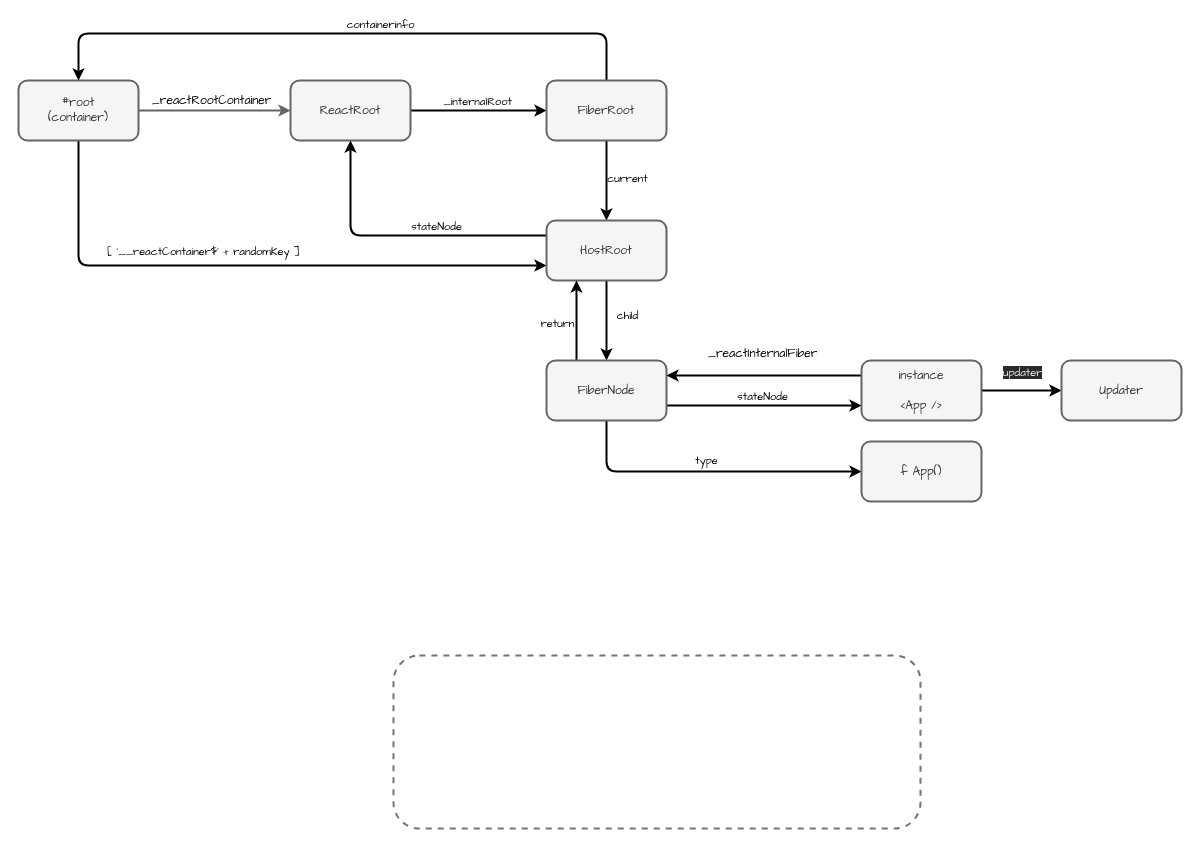
The draw.io diagram page "RenderTree" (1 of 3) of struct.dio in EnjoyNaive/react, before the edit. Source tidied: cells renumbered, new cells numbered last; positions are measured from the earlier drawing's top-left corner, leaving out a move shared by most shapes. Both pictures are drawn from the tidied source at 100%, with x=0, y=0 at pixel (18, 33).
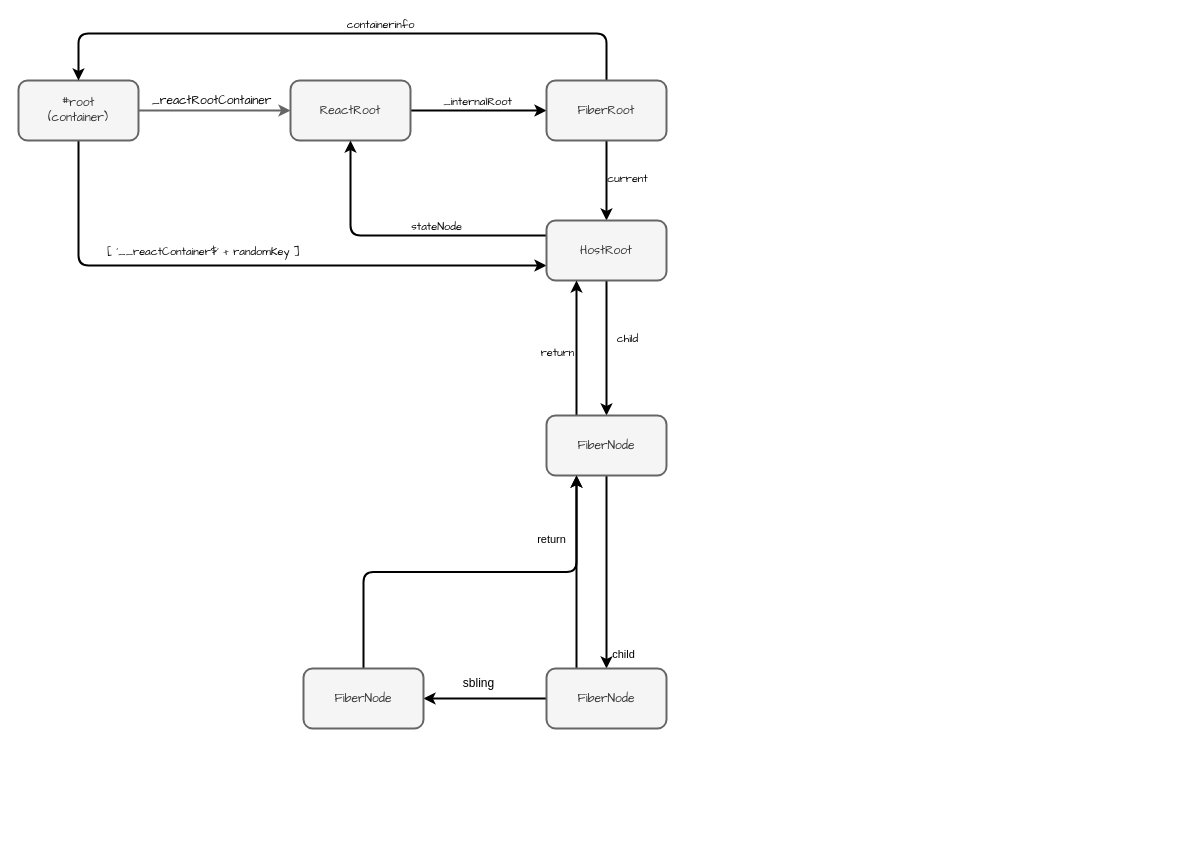
Above is the later version.

The edit, as a diff of the source:
```diff
@@
-    <mxCell id="20" style="edgeStyle=orthogonalEdgeStyle;rounded=1;jettySize=auto;html=1;fontFamily=Comic Sans MS;strokeColor=#000000;strokeWidth=2;exitX=1;exitY=0.75;exitDx=0;exitDy=0;entryX=0;entryY=0.75;entryDx=0;entryDy=0;" parent="1" edge="1" source="24" target="28">
-      <mxGeometry relative="1" as="geometry" />
-    </mxCell>
-    <mxCell id="21" value="stateNode" style="edgeLabel;html=1;align=center;verticalAlign=middle;fontFamily=Comic Sans MS;fontColor=#000000;labelBackgroundColor=none;" parent="20" vertex="1">
-      <mxGeometry x="-0.03" y="2" relative="1" as="geometry">
-        <mxPoint y="-8" as="offset" />
-      </mxGeometry>
-    </mxCell>
@@
-    <mxCell id="23" value="type" style="edgeStyle=orthogonalEdgeStyle;jettySize=auto;html=1;labelBackgroundColor=none;strokeColor=#000000;strokeWidth=2;fontFamily=Comic Sans MS;fontColor=#000000;entryX=0;entryY=0.5;entryDx=0;entryDy=0;" parent="1" edge="1" source="24" target="25">
-      <mxGeometry x="-0.01" y="11" relative="1" as="geometry">
-        <Array as="points">
-          <mxPoint x="588" y="438" />
-        </Array>
-      </mxGeometry>
-    </mxCell>
+    <mxCell id="31" style="edgeStyle=orthogonalEdgeStyle;rounded=1;jettySize=auto;html=1;exitX=0.5;exitY=1;exitDx=0;exitDy=0;entryX=0.5;entryY=0;entryDx=0;entryDy=0;strokeColor=#000000;strokeWidth=2;fontColor=#000000;" parent="1" edge="1" source="24" target="36">
+      <mxGeometry relative="1" as="geometry" />
+    </mxCell>
+    <mxCell id="32" value="child" style="edgeLabel;html=1;align=center;verticalAlign=middle;fontColor=#000000;labelBackgroundColor=none;" parent="31" vertex="1">
+      <mxGeometry x="0.31" y="-1" relative="1" as="geometry">
+        <mxPoint x="17" y="52.4" as="offset" />
+      </mxGeometry>
+    </mxCell>
     <mxCell id="24" value="&lt;div style=&quot;line-height: 30px&quot;&gt;FiberNode&lt;/div&gt;" style="rounded=1;whiteSpace=wrap;html=1;strokeWidth=2;fillColor=#f5f5f5;strokeColor=#666666;fontColor=#333333;fontFamily=Comic Sans MS;" parent="1" vertex="1">
-      <mxGeometry x="528" y="327" width="120" height="60" as="geometry" />
+      <mxGeometry x="528" y="382" width="120" height="60" as="geometry" />
     </mxCell>
-    <mxCell id="25" value="&lt;div style=&quot;line-height: 30px&quot;&gt;f App()&lt;/div&gt;" style="rounded=1;whiteSpace=wrap;html=1;strokeWidth=2;fillColor=#f5f5f5;strokeColor=#666666;fontColor=#333333;fontFamily=Comic Sans MS;" parent="1" vertex="1">
-      <mxGeometry x="843" y="408" width="120" height="60" as="geometry" />
-    </mxCell>
-    <mxCell id="26" value="&lt;div style=&quot;color: rgb(0 , 0 , 0) ; background-color: rgb(255 , 255 , 255) ; font-size: 12px ; line-height: 30px&quot;&gt;_reactInternalFiber&lt;/div&gt;" style="edgeStyle=orthogonalEdgeStyle;rounded=1;jettySize=auto;html=1;exitX=0;exitY=0.25;exitDx=0;exitDy=0;entryX=1;entryY=0.25;entryDx=0;entryDy=0;fontFamily=Comic Sans MS;strokeColor=#000000;strokeWidth=2;" parent="1" edge="1" source="28" target="24">
-      <mxGeometry x="0.02" y="-22" relative="1" as="geometry">
-        <Array as="points">
-          <mxPoint x="744" y="342" />
-          <mxPoint x="744" y="342" />
-        </Array>
-      </mxGeometry>
-    </mxCell>
-    <mxCell id="27" value="updater" style="edgeStyle=orthogonalEdgeStyle;rounded=1;jettySize=auto;html=1;strokeColor=#000000;strokeWidth=2;labelBackgroundColor=#2a2a2a;fontColor=#f0f0f0;fontFamily=Comic Sans MS;" parent="1" edge="1" source="28" target="29">
-      <mxGeometry x="0.03" y="18" relative="1" as="geometry" />
-    </mxCell>
-    <mxCell id="28" value="&lt;div style=&quot;line-height: 30px&quot;&gt;instance&lt;/div&gt;&lt;div style=&quot;line-height: 30px&quot;&gt;&amp;lt;App /&amp;gt;&lt;/div&gt;" style="rounded=1;whiteSpace=wrap;html=1;strokeWidth=2;fillColor=#f5f5f5;strokeColor=#666666;fontColor=#333333;fontFamily=Comic Sans MS;" parent="1" vertex="1">
-      <mxGeometry x="843" y="327" width="120" height="60" as="geometry" />
-    </mxCell>
-    <mxCell id="29" value="&lt;div style=&quot;line-height: 30px&quot;&gt;Updater&lt;/div&gt;" style="rounded=1;whiteSpace=wrap;html=1;strokeWidth=2;fillColor=#f5f5f5;strokeColor=#666666;fontColor=#333333;fontFamily=Comic Sans MS;" parent="1" vertex="1">
-      <mxGeometry x="1043" y="327" width="120" height="60" as="geometry" />
-    </mxCell>
-    <mxCell id="30" style="rounded=1;whiteSpace=wrap;html=1;dashed=1;fillColor=none;strokeWidth=2;strokeColor=#757575;" parent="1" vertex="1">
-      <mxGeometry x="375" y="622" width="527" height="173" as="geometry" />
-    </mxCell>
+    <mxCell id="33" style="edgeStyle=orthogonalEdgeStyle;rounded=1;jettySize=auto;html=1;exitX=0.25;exitY=0;exitDx=0;exitDy=0;entryX=0.25;entryY=1;entryDx=0;entryDy=0;strokeColor=#000000;strokeWidth=2;fontColor=#000000;" parent="1" edge="1" source="36" target="24">
+      <mxGeometry relative="1" as="geometry" />
+    </mxCell>
+    <mxCell id="34" value="&lt;span style=&quot;background-color: rgb(255 , 255 , 255)&quot;&gt;return&lt;/span&gt;" style="edgeLabel;html=1;align=center;verticalAlign=middle;fontColor=#000000;" parent="33" vertex="1">
+      <mxGeometry x="-0.12" y="2" relative="1" as="geometry">
+        <mxPoint x="-24" y="-44.3" as="offset" />
+      </mxGeometry>
+    </mxCell>
+    <mxCell id="35" style="edgeStyle=orthogonalEdgeStyle;rounded=1;jettySize=auto;html=1;strokeColor=#000000;strokeWidth=2;fontColor=#000000;" parent="1" edge="1" source="36" target="38">
+      <mxGeometry relative="1" as="geometry" />
+    </mxCell>
+    <mxCell id="36" value="&lt;div style=&quot;line-height: 30px&quot;&gt;FiberNode&lt;/div&gt;" style="rounded=1;whiteSpace=wrap;html=1;strokeWidth=2;fillColor=#f5f5f5;strokeColor=#666666;fontColor=#333333;fontFamily=Comic Sans MS;" parent="1" vertex="1">
+      <mxGeometry x="528" y="635" width="120" height="60" as="geometry" />
+    </mxCell>
+    <mxCell id="37" style="edgeStyle=orthogonalEdgeStyle;rounded=1;jettySize=auto;html=1;exitX=0.5;exitY=0;exitDx=0;exitDy=0;entryX=0.25;entryY=1;entryDx=0;entryDy=0;strokeColor=#000000;strokeWidth=2;fontColor=#000000;" parent="1" edge="1" source="38" target="24">
+      <mxGeometry relative="1" as="geometry" />
+    </mxCell>
+    <mxCell id="38" value="&lt;div style=&quot;line-height: 30px&quot;&gt;FiberNode&lt;/div&gt;" style="rounded=1;whiteSpace=wrap;html=1;strokeWidth=2;fillColor=#f5f5f5;strokeColor=#666666;fontColor=#333333;fontFamily=Comic Sans MS;" parent="1" vertex="1">
+      <mxGeometry x="285" y="635" width="120" height="60" as="geometry" />
+    </mxCell>
+    <mxCell id="39" value="sbling" style="text;html=1;align=center;verticalAlign=middle;fontColor=#000000;" parent="1" vertex="1">
+      <mxGeometry x="439" y="641" width="41" height="18" as="geometry" />
+    </mxCell>
```
